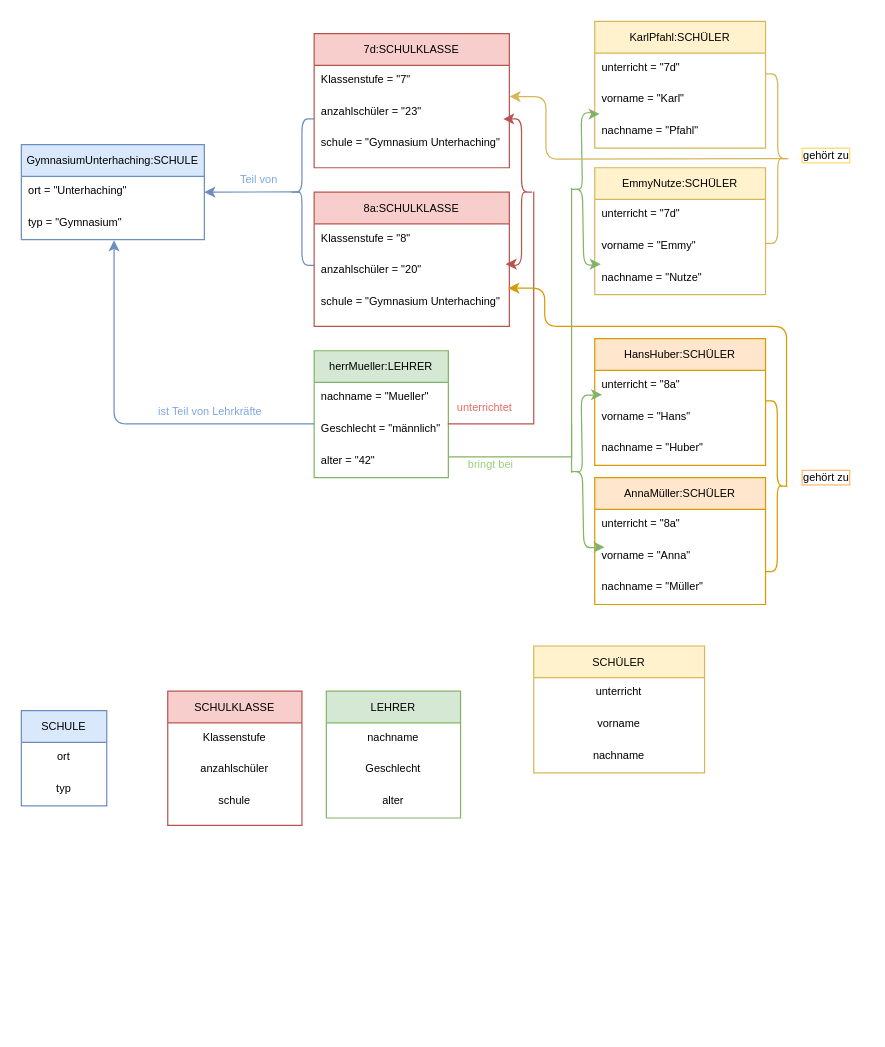
This is Untitled Diagram.drawio from Sainaamr/figure, a draw.io file, before an edit. Source tidied: cells renumbered, new cells numbered last; positions are measured from the earlier drawing's top-left corner, leaving out a move shared by most shapes. Both pictures are drawn from the tidied source at 122%, with x=0, y=0 at pixel (21, 21).
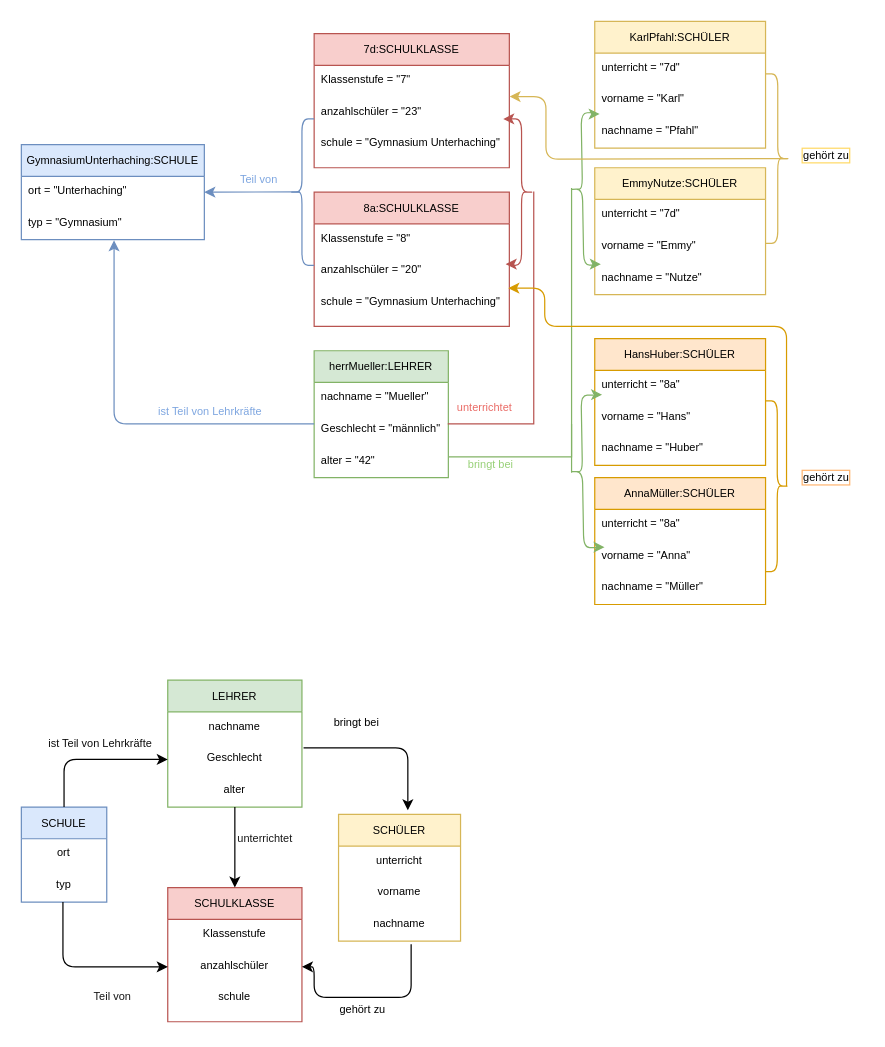
The same page after the edit.

The change refers to these unchanged cells:
```xml
<mxCell id="60" value="typ" style="text;strokeColor=none;fillColor=none;align=center;verticalAlign=top;spacingLeft=4;spacingRight=4;overflow=hidden;points=[[0,0.5],[1,0.5]];portConstraint=eastwest;fontSize=9;" parent="58" vertex="1">
  <mxGeometry y="52" width="70" height="26" as="geometry" />
</mxCell>
<mxCell id="63" value="anzahlschüler" style="text;strokeColor=none;fillColor=none;align=center;verticalAlign=top;spacingLeft=4;spacingRight=4;overflow=hidden;points=[[0,0.5],[1,0.5]];portConstraint=eastwest;fontSize=9;" parent="61" vertex="1">
  <mxGeometry y="52" width="110" height="26" as="geometry" />
</mxCell>
<mxCell id="67" value="Geschlecht" style="text;strokeColor=none;fillColor=none;align=center;verticalAlign=top;spacingLeft=4;spacingRight=4;overflow=hidden;points=[[0,0.5],[1,0.5]];portConstraint=eastwest;fontSize=9;" parent="65" vertex="1">
  <mxGeometry y="52" width="110" height="26" as="geometry" />
</mxCell>
```

The edit, as a diff of the source:
```diff
@@
     <mxCell id="58" value="SCHULE" style="swimlane;fontStyle=0;horizontal=1;startSize=26;fontSize=9;fillColor=#dae8fc;strokeColor=#6c8ebf;" parent="1" vertex="1">
-      <mxGeometry y="565" width="70" height="78" as="geometry" />
+      <mxGeometry y="644" width="70" height="78" as="geometry" />
     </mxCell>
@@
     <mxCell id="61" value="SCHULKLASSE" style="swimlane;fontStyle=0;horizontal=1;startSize=26;fontSize=9;fillColor=#f8cecc;strokeColor=#b85450;" parent="1" vertex="1">
-      <mxGeometry x="120" y="549" width="110" height="110" as="geometry" />
+      <mxGeometry x="120" y="710" width="110" height="110" as="geometry" />
     </mxCell>
@@
     <mxCell id="65" value="LEHRER" style="swimlane;fontStyle=0;horizontal=1;startSize=26;fontSize=9;fillColor=#d5e8d4;strokeColor=#82b366;" parent="1" vertex="1">
-      <mxGeometry x="250" y="549" width="110" height="104" as="geometry" />
+      <mxGeometry x="120" y="540" width="110" height="104" as="geometry" />
     </mxCell>
@@
     <mxCell id="69" value="SCHÜLER" style="swimlane;fontStyle=0;horizontal=1;startSize=26;fontSize=9;fillColor=#fff2cc;strokeColor=#d6b656;" parent="1" vertex="1">
-      <mxGeometry x="420" y="512" width="140" height="104" as="geometry" />
+      <mxGeometry x="260" y="650" width="100" height="104" as="geometry" />
     </mxCell>
     <mxCell id="70" value="unterricht" style="text;strokeColor=none;fillColor=none;align=center;verticalAlign=top;spacingLeft=4;spacingRight=4;overflow=hidden;fontSize=9;" parent="69" vertex="1">
-      <mxGeometry y="26" width="140" height="26" as="geometry" />
+      <mxGeometry y="26" width="100" height="26" as="geometry" />
     </mxCell>
     <mxCell id="71" value="vorname" style="text;strokeColor=none;fillColor=none;align=center;verticalAlign=top;spacingLeft=4;spacingRight=4;overflow=hidden;fontSize=9;" parent="69" vertex="1">
-      <mxGeometry y="52" width="140" height="26" as="geometry" />
+      <mxGeometry y="52" width="100" height="26" as="geometry" />
     </mxCell>
     <mxCell id="72" value="nachname" style="text;strokeColor=none;fillColor=none;align=center;verticalAlign=top;spacingLeft=4;spacingRight=4;overflow=hidden;points=[[0,0.5],[1,0.5]];portConstraint=eastwest;fontSize=9;" parent="69" vertex="1">
-      <mxGeometry y="78" width="140" height="26" as="geometry" />
+      <mxGeometry y="78" width="100" height="26" as="geometry" />
     </mxCell>
+    <mxCell id="73" style="edgeStyle=segmentEdgeStyle;endArrow=classic;html=1;fontSize=9;fontColor=#000000;exitX=0.5;exitY=0;exitDx=0;exitDy=0;entryX=0;entryY=0.5;entryDx=0;entryDy=0;" parent="1" edge="1" source="58" target="67">
+      <mxGeometry relative="1" as="geometry">
+        <Array as="points">
+          <mxPoint x="35" y="605" />
+        </Array>
+      </mxGeometry>
+    </mxCell>
+    <mxCell id="74" style="edgeStyle=segmentEdgeStyle;endArrow=classic;html=1;fontSize=9;fontColor=#000000;exitX=0.487;exitY=0.997;exitDx=0;exitDy=0;exitPerimeter=0;entryX=0;entryY=0.5;entryDx=0;entryDy=0;" parent="1" edge="1" source="60" target="63">
+      <mxGeometry relative="1" as="geometry">
+        <Array as="points">
+          <mxPoint x="34" y="775" />
+        </Array>
+      </mxGeometry>
+    </mxCell>
+    <mxCell id="75" value="ist Teil von Lehrkräfte" style="text;html=1;strokeColor=none;fillColor=none;align=center;verticalAlign=middle;whiteSpace=wrap;rounded=0;fontSize=9;fontColor=#0D0D0D;" parent="1" vertex="1">
+      <mxGeometry x="20" y="582" width="90" height="20" as="geometry" />
+    </mxCell>
+    <mxCell id="76" value="Teil von" style="text;html=1;strokeColor=none;fillColor=none;align=center;verticalAlign=middle;whiteSpace=wrap;rounded=0;fontSize=9;fontColor=#171717;" parent="1" vertex="1">
+      <mxGeometry x="50" y="790" width="50" height="20" as="geometry" />
+    </mxCell>
+    <mxCell id="77" style="endArrow=classic;html=1;fontSize=9;fontColor=#171717;entryX=0.5;entryY=0;entryDx=0;entryDy=0;" parent="1" edge="1" target="61">
+      <mxGeometry relative="1" as="geometry">
+        <mxPoint x="175" y="644" as="sourcePoint" />
+      </mxGeometry>
+    </mxCell>
+    <mxCell id="78" value="unterrichtet" style="text;html=1;strokeColor=none;fillColor=none;align=center;verticalAlign=middle;whiteSpace=wrap;rounded=0;fontSize=9;fontColor=#171717;" parent="1" vertex="1">
+      <mxGeometry x="180" y="660" width="40" height="20" as="geometry" />
+    </mxCell>
+    <mxCell id="79" style="edgeStyle=segmentEdgeStyle;endArrow=classic;html=1;fontSize=9;fontColor=#171717;exitX=1.012;exitY=0.136;exitDx=0;exitDy=0;exitPerimeter=0;entryX=0.568;entryY=-0.032;entryDx=0;entryDy=0;entryPerimeter=0;" parent="1" edge="1" source="67" target="69">
+      <mxGeometry relative="1" as="geometry" />
+    </mxCell>
+    <mxCell id="80" value="bringt bei" style="text;html=1;strokeColor=none;fillColor=none;align=center;verticalAlign=middle;whiteSpace=wrap;rounded=0;fontSize=9;" parent="1" vertex="1">
+      <mxGeometry x="250" y="565" width="50" height="20" as="geometry" />
+    </mxCell>
+    <mxCell id="81" style="edgeStyle=segmentEdgeStyle;endArrow=classic;html=1;fontSize=9;fontColor=#000000;exitX=0.595;exitY=1.094;exitDx=0;exitDy=0;exitPerimeter=0;entryX=1;entryY=0.5;entryDx=0;entryDy=0;" parent="1" edge="1" source="72" target="63">
+      <mxGeometry relative="1" as="geometry">
+        <Array as="points">
+          <mxPoint x="320" y="800" />
+          <mxPoint x="240" y="800" />
+          <mxPoint x="240" y="775" />
+        </Array>
+      </mxGeometry>
+    </mxCell>
+    <mxCell id="82" value="gehört zu" style="text;html=1;strokeColor=none;fillColor=none;align=center;verticalAlign=middle;whiteSpace=wrap;rounded=0;fontSize=9;labelBorderColor=none;" parent="1" vertex="1">
+      <mxGeometry x="250" y="800" width="60" height="20" as="geometry" />
+    </mxCell>
```
